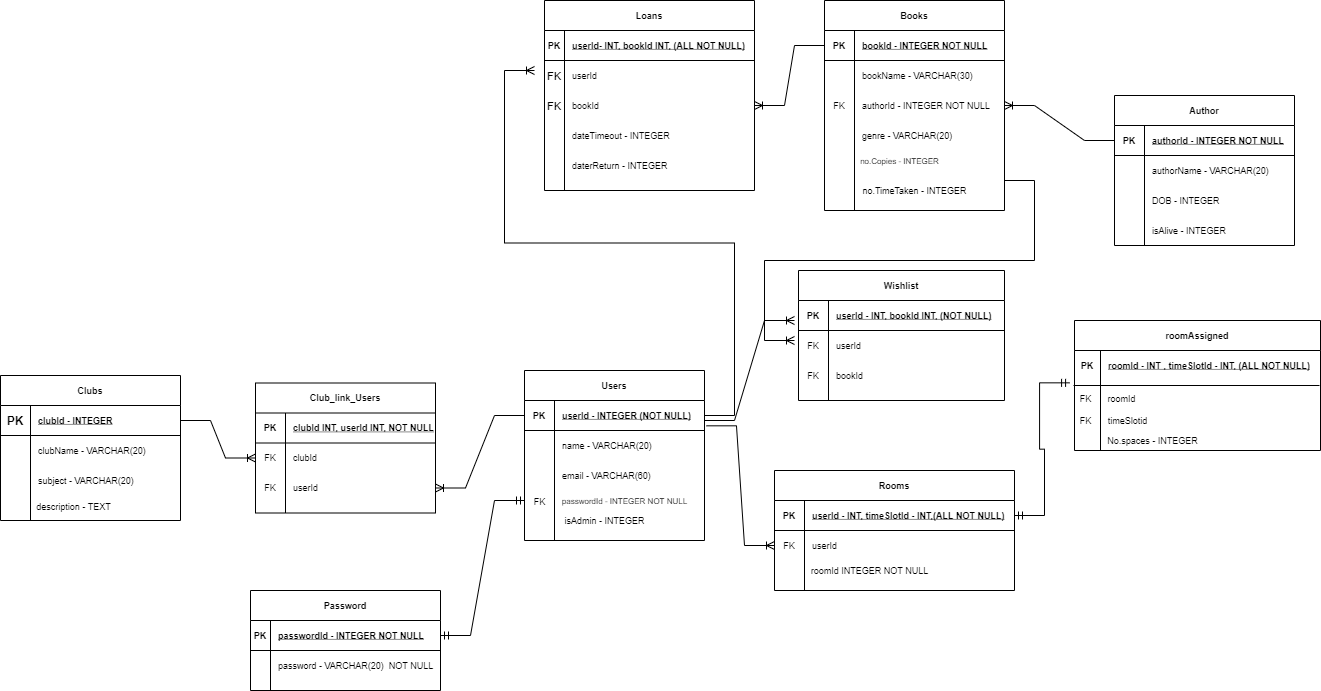
The draw.io diagram libary.png in aaron1brooker/databaseassignment, before a commit. Source tidied: cells renumbered, new cells last; positions are measured from the earlier drawing's top-left corner, leaving out a move shared by most shapes.
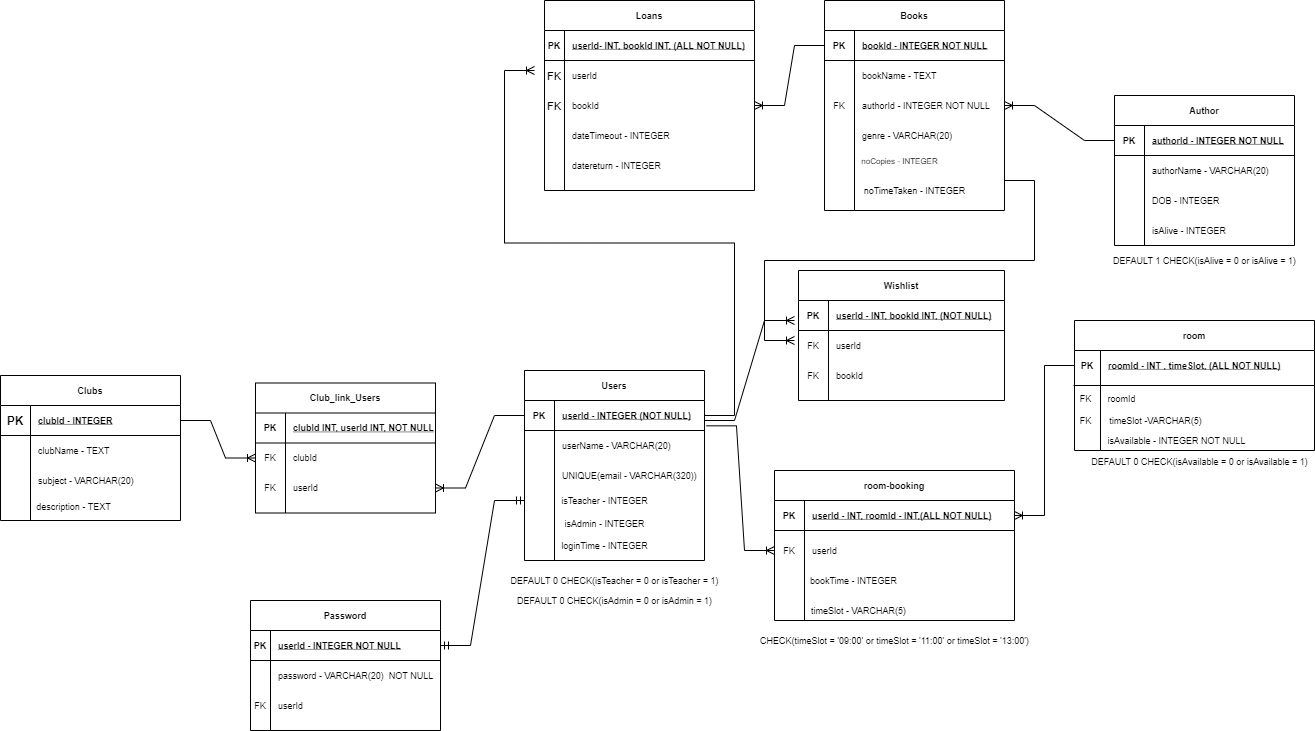
The same file after the commit.

What changed in the source:
```diff
@@ -3,7 +3,7 @@
     <mxCell id="0" />
     <mxCell id="1" parent="0" />
     <mxCell id="2" value="Users" style="shape=table;startSize=30;rowLines=0;fontStyle=1;align=center;fontSize=9;" parent="1" vertex="1">
-      <mxGeometry x="524" y="370" width="180" height="170" as="geometry" />
+      <mxGeometry x="524" y="370" width="180" height="190" as="geometry" />
     </mxCell>
     <mxCell id="3" style="shape=partialRectangle;fillColor=none;top=0;left=0;bottom=1;right=0;points=[[0,0.5],[1,0.5]];portConstraint=eastwest;fontSize=9;" parent="2" vertex="1">
       <mxGeometry y="30" width="180" height="30" as="geometry" />
@@ -20,7 +20,7 @@
     <mxCell id="7" style="shape=partialRectangle;fillColor=none;top=0;left=0;bottom=0;right=0;overflow=hidden;fontSize=9;" parent="6" vertex="1">
       <mxGeometry width="30" height="30" as="geometry" />
     </mxCell>
-    <mxCell id="8" value="name - VARCHAR(20)" style="shape=partialRectangle;fillColor=none;top=0;left=0;bottom=0;right=0;align=left;spacingLeft=6;overflow=hidden;fontSize=9;" parent="6" vertex="1">
+    <mxCell id="8" value="userName - VARCHAR(20)" style="shape=partialRectangle;fillColor=none;top=0;left=0;bottom=0;right=0;align=left;spacingLeft=6;overflow=hidden;fontSize=9;" parent="6" vertex="1">
       <mxGeometry x="30" width="150" height="30" as="geometry" />
     </mxCell>
     <mxCell id="9" style="shape=partialRectangle;fillColor=none;top=0;left=0;bottom=0;right=0;fontSize=9;" parent="2" vertex="1">
@@ -29,12 +29,9 @@
     <mxCell id="10" style="shape=partialRectangle;fillColor=none;top=0;left=0;bottom=0;right=0;overflow=hidden;fontSize=9;" parent="9" vertex="1">
       <mxGeometry width="30" height="30" as="geometry" />
     </mxCell>
-    <mxCell id="11" value="email - VARCHAR(60)" style="shape=partialRectangle;fillColor=none;top=0;left=0;bottom=0;right=0;align=left;spacingLeft=6;overflow=hidden;fontSize=9;" parent="9" vertex="1">
+    <mxCell id="11" value="UNIQUE(email - VARCHAR(320))" style="shape=partialRectangle;fillColor=none;top=0;left=0;bottom=0;right=0;align=left;spacingLeft=6;overflow=hidden;fontSize=9;" parent="9" vertex="1">
       <mxGeometry x="30" width="150" height="30" as="geometry" />
     </mxCell>
-    <mxCell id="12" value="&lt;font style=&quot;font-size: 8px&quot;&gt;passwordId - INTEGER NOT NULL&lt;/font&gt;" style="text;html=1;align=center;verticalAlign=middle;strokeColor=none;fillColor=none;fontSize=9;" parent="1" vertex="1">
-      <mxGeometry x="554" y="490" width="140" height="20" as="geometry" />
-    </mxCell>
     <mxCell id="13" value="Books" style="shape=table;startSize=30;rowLines=0;fontStyle=1;align=center;fontSize=9;" parent="1" vertex="1">
       <mxGeometry x="824" width="180" height="210" as="geometry" />
     </mxCell>
@@ -53,7 +50,7 @@
     <mxCell id="18" style="shape=partialRectangle;fillColor=none;top=0;left=0;bottom=0;right=0;overflow=hidden;fontSize=9;" parent="17" vertex="1">
       <mxGeometry width="30" height="30" as="geometry" />
     </mxCell>
-    <mxCell id="19" value="bookName - VARCHAR(30)" style="shape=partialRectangle;fillColor=none;top=0;left=0;bottom=0;right=0;align=left;spacingLeft=6;overflow=hidden;fontSize=9;" parent="17" vertex="1">
+    <mxCell id="19" value="bookName - TEXT" style="shape=partialRectangle;fillColor=none;top=0;left=0;bottom=0;right=0;align=left;spacingLeft=6;overflow=hidden;fontSize=9;" parent="17" vertex="1">
       <mxGeometry x="30" width="150" height="30" as="geometry" />
     </mxCell>
     <mxCell id="20" style="shape=partialRectangle;fillColor=none;top=0;left=0;bottom=0;right=0;points=[[0,0.5],[1,0.5]];portConstraint=eastwest;fontSize=9;" parent="13" vertex="1">
@@ -74,10 +71,10 @@
     <mxCell id="25" value="genre - VARCHAR(20)" style="shape=partialRectangle;fillColor=none;top=0;left=0;bottom=0;right=0;align=left;spacingLeft=6;overflow=hidden;fontSize=9;" parent="23" vertex="1">
       <mxGeometry x="30" width="150" height="30" as="geometry" />
     </mxCell>
-    <mxCell id="26" value="&lt;span style=&quot;font-size: 8px&quot;&gt;no.Copies - INTEGER&lt;/span&gt;" style="text;html=1;align=center;verticalAlign=middle;strokeColor=none;fillColor=none;fontSize=9;" parent="1" vertex="1">
+    <mxCell id="26" value="&lt;span style=&quot;font-size: 8px&quot;&gt;noCopies - INTEGER&lt;/span&gt;" style="text;html=1;align=center;verticalAlign=middle;strokeColor=none;fillColor=none;fontSize=9;" parent="1" vertex="1">
       <mxGeometry x="854" y="150" width="90" height="20" as="geometry" />
     </mxCell>
-    <mxCell id="27" value="no.TimeTaken - INTEGER" style="text;html=1;align=center;verticalAlign=middle;strokeColor=none;fillColor=none;fontSize=9;" parent="1" vertex="1">
+    <mxCell id="27" value="noTimeTaken - INTEGER" style="text;html=1;align=center;verticalAlign=middle;strokeColor=none;fillColor=none;fontSize=9;" parent="1" vertex="1">
       <mxGeometry x="854" y="180" width="120" height="20" as="geometry" />
     </mxCell>
     <mxCell id="28" style="edgeStyle=entityRelationEdgeStyle;fontSize=12;html=1;endArrow=ERoneToMany;rounded=0;exitX=1;exitY=0.5;exitDx=0;exitDy=0;" parent="1" edge="1" source="3">
@@ -86,7 +83,7 @@
       </mxGeometry>
     </mxCell>
     <mxCell id="29" value="&lt;font style=&quot;font-size: 9px&quot;&gt;isAdmin - INTEGER&lt;/font&gt;" style="text;html=1;align=center;verticalAlign=middle;strokeColor=none;fillColor=none;fontSize=8;" parent="1" vertex="1">
-      <mxGeometry x="554" y="510" width="100" height="20" as="geometry" />
+      <mxGeometry x="554" y="512.5" width="100" height="20" as="geometry" />
     </mxCell>
     <mxCell id="30" value="Author" style="shape=table;startSize=30;rowLines=0;fontStyle=1;align=center;fontSize=9;" parent="1" vertex="1">
       <mxGeometry x="1114" y="95" width="180" height="150" as="geometry" />
@@ -124,26 +121,26 @@
     <mxCell id="41" style="edgeStyle=entityRelationEdgeStyle;fontSize=12;html=1;endArrow=ERoneToMany;rounded=0;exitX=0;exitY=0.5;exitDx=0;exitDy=0;entryX=1;entryY=0.5;entryDx=0;entryDy=0;" parent="1" edge="1" source="31" target="20">
       <mxGeometry relative="1" as="geometry" />
     </mxCell>
-    <mxCell id="42" value="roomAssigned" style="shape=table;startSize=30;rowLines=0;fontStyle=1;align=center;fontSize=9;" parent="1" vertex="1">
-      <mxGeometry x="1074" y="320" width="246" height="130" as="geometry" />
+    <mxCell id="42" value="room" style="shape=table;startSize=30;rowLines=0;fontStyle=1;align=center;fontSize=9;" parent="1" vertex="1">
+      <mxGeometry x="1074" y="320" width="240" height="130" as="geometry" />
     </mxCell>
     <mxCell id="43" style="shape=partialRectangle;fillColor=none;top=0;left=0;bottom=0;right=0;points=[[0,0.5],[1,0.5]];portConstraint=eastwest;fontSize=9;" parent="42" vertex="1">
-      <mxGeometry y="30" width="246" height="30" as="geometry" />
+      <mxGeometry y="30" width="240" height="30" as="geometry" />
     </mxCell>
     <mxCell id="44" value="PK" style="shape=partialRectangle;fillColor=none;top=0;left=0;bottom=0;right=0;fontStyle=1;overflow=hidden;fontSize=9;" parent="43" vertex="1">
       <mxGeometry width="26" height="30" as="geometry" />
     </mxCell>
-    <mxCell id="45" value="roomId - INT , timeSlotId - INT, (ALL NOT NULL)" style="shape=partialRectangle;fillColor=none;top=0;left=0;bottom=0;right=0;align=left;spacingLeft=6;fontStyle=5;overflow=hidden;fontSize=9;" parent="43" vertex="1">
-      <mxGeometry x="26" width="220" height="30" as="geometry" />
+    <mxCell id="45" value="roomId - INT , timeSlot, (ALL NOT NULL)" style="shape=partialRectangle;fillColor=none;top=0;left=0;bottom=0;right=0;align=left;spacingLeft=6;fontStyle=5;overflow=hidden;fontSize=9;" parent="43" vertex="1">
+      <mxGeometry x="26" width="214" height="30" as="geometry" />
     </mxCell>
     <mxCell id="46" style="line;strokeWidth=1;dashed=0;labelPosition=right;align=left;verticalAlign=middle;spacingTop=0;spacingLeft=6;fontSize=9;" parent="1" vertex="1">
-      <mxGeometry x="1073" y="380" width="246" height="10" as="geometry" />
+      <mxGeometry x="1073" y="380" width="241" height="10" as="geometry" />
     </mxCell>
-    <mxCell id="47" value="timeSlotid" style="text;html=1;align=center;verticalAlign=middle;strokeColor=none;fillColor=none;fontSize=9;" parent="1" vertex="1">
-      <mxGeometry x="1097" y="410" width="60" height="20" as="geometry" />
+    <mxCell id="47" value="isAvailable - INTEGER NOT NULL" style="text;html=1;align=center;verticalAlign=middle;strokeColor=none;fillColor=none;fontSize=9;" parent="1" vertex="1">
+      <mxGeometry x="1101" y="430" width="150" height="20" as="geometry" />
     </mxCell>
-    <mxCell id="48" value="Rooms" style="shape=table;startSize=30;rowLines=0;fontStyle=1;align=center;fontSize=9;" parent="1" vertex="1">
-      <mxGeometry x="774" y="470" width="240" height="120" as="geometry" />
+    <mxCell id="48" value="room-booking" style="shape=table;startSize=30;rowLines=0;fontStyle=1;align=center;fontSize=9;" parent="1" vertex="1">
+      <mxGeometry x="774" y="470" width="240" height="150" as="geometry" />
     </mxCell>
     <mxCell id="49" style="shape=partialRectangle;fillColor=none;top=0;left=0;bottom=1;right=0;points=[[0,0.5],[1,0.5]];portConstraint=eastwest;fontSize=9;" parent="48" vertex="1">
       <mxGeometry y="30" width="240" height="30" as="geometry" />
@@ -151,17 +148,17 @@
     <mxCell id="50" value="PK" style="shape=partialRectangle;fillColor=none;top=0;left=0;bottom=0;right=0;fontStyle=1;overflow=hidden;fontSize=9;" parent="49" vertex="1">
       <mxGeometry width="30" height="30" as="geometry" />
     </mxCell>
-    <mxCell id="51" value="userId - INT, timeSlotId - INT,(ALL NOT NULL)" style="shape=partialRectangle;fillColor=none;top=0;left=0;bottom=0;right=0;align=left;spacingLeft=6;fontStyle=5;overflow=hidden;fontSize=9;" parent="49" vertex="1">
+    <mxCell id="51" value="userId - INT, roomId - INT,(ALL NOT NULL)" style="shape=partialRectangle;fillColor=none;top=0;left=0;bottom=0;right=0;align=left;spacingLeft=6;fontStyle=5;overflow=hidden;fontSize=9;" parent="49" vertex="1">
       <mxGeometry x="30" width="210" height="30" as="geometry" />
     </mxCell>
     <mxCell id="52" style="shape=partialRectangle;fillColor=none;top=0;left=0;bottom=0;right=0;points=[[0,0.5],[1,0.5]];portConstraint=eastwest;fontSize=9;" parent="48" vertex="1">
-      <mxGeometry y="60" width="240" height="30" as="geometry" />
+      <mxGeometry y="60" width="240" height="40" as="geometry" />
     </mxCell>
     <mxCell id="53" value="FK" style="shape=partialRectangle;fillColor=none;top=0;left=0;bottom=0;right=0;overflow=hidden;fontSize=9;" parent="52" vertex="1">
-      <mxGeometry width="30" height="30" as="geometry" />
+      <mxGeometry width="30" height="40" as="geometry" />
     </mxCell>
     <mxCell id="54" value="userId " style="shape=partialRectangle;fillColor=none;top=0;left=0;bottom=0;right=0;align=left;spacingLeft=6;overflow=hidden;fontSize=9;" parent="52" vertex="1">
-      <mxGeometry x="30" width="210" height="30" as="geometry" />
+      <mxGeometry x="30" width="210" height="40" as="geometry" />
     </mxCell>
     <mxCell id="55" value="roomId" style="text;html=1;align=center;verticalAlign=middle;strokeColor=none;fillColor=none;fontSize=9;" parent="1" vertex="1">
       <mxGeometry x="1101" y="388" width="40" height="20" as="geometry" />
@@ -172,18 +169,6 @@
     <mxCell id="57" style="edgeStyle=entityRelationEdgeStyle;fontSize=12;html=1;endArrow=ERoneToMany;rounded=0;exitX=1.011;exitY=0.844;exitDx=0;exitDy=0;exitPerimeter=0;" parent="1" edge="1" source="3" target="52">
       <mxGeometry relative="1" as="geometry" />
     </mxCell>
-    <mxCell id="58" value="FK" style="text;html=1;align=center;verticalAlign=middle;strokeColor=none;fillColor=none;fontSize=9;" parent="1" vertex="1">
-      <mxGeometry x="1070" y="410" width="30" height="20" as="geometry" />
-    </mxCell>
-    <mxCell id="59" value="No.spaces - INTEGER" style="text;html=1;align=center;verticalAlign=middle;strokeColor=none;fillColor=none;fontSize=9;" parent="1" vertex="1">
-      <mxGeometry x="1097" y="430" width="110" height="20" as="geometry" />
-    </mxCell>
-    <mxCell id="60" value="roomId INTEGER NOT NULL" style="text;html=1;align=center;verticalAlign=middle;strokeColor=none;fillColor=none;fontSize=9;" parent="1" vertex="1">
-      <mxGeometry x="804" y="560" width="130" height="20" as="geometry" />
-    </mxCell>
-    <mxCell id="61" style="edgeStyle=entityRelationEdgeStyle;fontSize=12;html=1;endArrow=ERmandOne;startArrow=ERmandOne;rounded=0;entryX=-0.02;entryY=1.078;entryDx=0;entryDy=0;entryPerimeter=0;exitX=1;exitY=0.5;exitDx=0;exitDy=0;" parent="1" edge="1" source="49" target="43">
-      <mxGeometry relative="1" as="geometry" />
-    </mxCell>
     <mxCell id="62" value="Club_link_Users" style="shape=table;startSize=30;rowLines=0;fontStyle=1;align=center;fontSize=9;" parent="1" vertex="1">
       <mxGeometry x="255" y="382.5" width="180" height="130" as="geometry" />
     </mxCell>
@@ -232,7 +217,7 @@
     <mxCell id="77" style="shape=partialRectangle;fillColor=none;top=0;left=0;bottom=0;right=0;overflow=hidden;" parent="76" vertex="1">
       <mxGeometry width="30" height="30" as="geometry" />
     </mxCell>
-    <mxCell id="78" value="clubName - VARCHAR(20)" style="shape=partialRectangle;fillColor=none;top=0;left=0;bottom=0;right=0;align=left;spacingLeft=6;overflow=hidden;fontSize=9;" parent="76" vertex="1">
+    <mxCell id="78" value="clubName - TEXT" style="shape=partialRectangle;fillColor=none;top=0;left=0;bottom=0;right=0;align=left;spacingLeft=6;overflow=hidden;fontSize=9;" parent="76" vertex="1">
       <mxGeometry x="30" width="150" height="30" as="geometry" />
     </mxCell>
     <mxCell id="79" style="shape=partialRectangle;fillColor=none;top=0;left=0;bottom=0;right=0;" parent="72" vertex="1">
@@ -296,7 +281,7 @@
       </mxGeometry>
     </mxCell>
     <mxCell id="97" value="Password" style="shape=table;startSize=30;rowLines=0;fontStyle=1;align=center;fontSize=9;" parent="1" vertex="1">
-      <mxGeometry x="250" y="590" width="190" height="100" as="geometry" />
+      <mxGeometry x="250" y="600" width="190" height="130" as="geometry" />
     </mxCell>
     <mxCell id="98" style="shape=partialRectangle;fillColor=none;top=0;left=0;bottom=1;right=0;points=[[0,0.5],[1,0.5]];portConstraint=eastwest;" parent="97" vertex="1">
       <mxGeometry y="30" width="190" height="30" as="geometry" />
@@ -304,7 +289,7 @@
     <mxCell id="99" value="PK" style="shape=partialRectangle;fillColor=none;top=0;left=0;bottom=0;right=0;fontStyle=1;overflow=hidden;fontSize=9;" parent="98" vertex="1">
       <mxGeometry width="20" height="30" as="geometry" />
     </mxCell>
-    <mxCell id="100" value="passwordId - INTEGER NOT NULL" style="shape=partialRectangle;fillColor=none;top=0;left=0;bottom=0;right=0;align=left;spacingLeft=6;fontStyle=5;overflow=hidden;fontSize=9;" parent="98" vertex="1">
+    <mxCell id="100" value="userId - INTEGER NOT NULL" style="shape=partialRectangle;fillColor=none;top=0;left=0;bottom=0;right=0;align=left;spacingLeft=6;fontStyle=5;overflow=hidden;fontSize=9;" parent="98" vertex="1">
       <mxGeometry x="20" width="170" height="30" as="geometry" />
     </mxCell>
     <mxCell id="101" style="shape=partialRectangle;fillColor=none;top=0;left=0;bottom=0;right=0;" parent="97" vertex="1">
@@ -316,11 +301,19 @@
     <mxCell id="103" value="password - VARCHAR(20)  NOT NULL" style="shape=partialRectangle;fillColor=none;top=0;left=0;bottom=0;right=0;align=left;spacingLeft=6;overflow=hidden;fontSize=9;" parent="101" vertex="1">
       <mxGeometry x="20" width="170" height="30" as="geometry" />
     </mxCell>
+    <mxCell id="123" style="shape=partialRectangle;fillColor=none;top=0;left=0;bottom=0;right=0;" parent="97" vertex="1">
+      <mxGeometry y="90" width="190" height="30" as="geometry" />
+    </mxCell>
-    <mxCell id="104" value="&lt;font style=&quot;font-size: 9px&quot;&gt;FK&lt;/font&gt;" style="text;html=1;align=center;verticalAlign=middle;points=[];strokeColor=none;fillColor=none;" parent="1" vertex="1">
-      <mxGeometry x="524" y="490" width="30" height="20" as="geometry" />
+    <mxCell id="104" value="FK" style="shape=partialRectangle;fillColor=none;top=0;left=0;bottom=0;right=0;overflow=hidden;fontSize=9;" parent="123" vertex="1">
+      <mxGeometry width="20" height="30" as="geometry" />
     </mxCell>
+    <mxCell id="124" value="userId" style="shape=partialRectangle;fillColor=none;top=0;left=0;bottom=0;right=0;align=left;spacingLeft=6;overflow=hidden;fontSize=9;" parent="123" vertex="1">
+      <mxGeometry x="20" width="170" height="30" as="geometry" />
+    </mxCell>
-    <mxCell id="105" style="edgeStyle=entityRelationEdgeStyle;fontSize=12;html=1;endArrow=ERmandOne;startArrow=ERmandOne;rounded=0;" parent="1" edge="1" source="98" target="104">
-      <mxGeometry relative="1" as="geometry" />
+    <mxCell id="105" style="edgeStyle=entityRelationEdgeStyle;fontSize=12;html=1;endArrow=ERmandOne;startArrow=ERmandOne;rounded=0;" parent="1" edge="1" source="98">
+      <mxGeometry relative="1" as="geometry">
+        <mxPoint x="524" y="500" as="targetPoint" />
+      </mxGeometry>
     </mxCell>
     <mxCell id="106" value="Loans" style="shape=table;startSize=30;rowLines=0;fontStyle=1;align=center;fontSize=9;" parent="1" vertex="1">
       <mxGeometry x="544" width="210" height="190" as="geometry" />
@@ -367,11 +360,47 @@
     <mxCell id="120" style="shape=partialRectangle;fillColor=none;top=0;left=0;bottom=0;right=0;overflow=hidden;fontSize=11;" parent="119" vertex="1">
       <mxGeometry width="20" height="30" as="geometry" />
     </mxCell>
-    <mxCell id="121" value="daterReturn - INTEGER" style="shape=partialRectangle;fillColor=none;top=0;left=0;bottom=0;right=0;align=left;spacingLeft=6;overflow=hidden;fontSize=9;" parent="119" vertex="1">
+    <mxCell id="121" value="datereturn - INTEGER" style="shape=partialRectangle;fillColor=none;top=0;left=0;bottom=0;right=0;align=left;spacingLeft=6;overflow=hidden;fontSize=9;" parent="119" vertex="1">
       <mxGeometry x="20" width="190" height="30" as="geometry" />
     </mxCell>
     <mxCell id="122" style="edgeStyle=entityRelationEdgeStyle;fontSize=12;html=1;endArrow=ERoneToMany;rounded=0;entryX=1;entryY=0.5;entryDx=0;entryDy=0;exitX=0;exitY=0.5;exitDx=0;exitDy=0;" parent="1" edge="1" source="14" target="113">
       <mxGeometry relative="1" as="geometry" />
     </mxCell>
+    <mxCell id="125" value="&lt;font style=&quot;font-size: 9px&quot;&gt;DEFAULT 0 CHECK(isAvailable = 0 or isAvailable = 1)&lt;/font&gt;" style="text;html=1;align=center;verticalAlign=middle;strokeColor=none;fillColor=none;" parent="1" vertex="1">
+      <mxGeometry x="1084" y="450" width="230" height="20" as="geometry" />
+    </mxCell>
+    <mxCell id="126" style="edgeStyle=entityRelationEdgeStyle;fontSize=12;html=1;endArrow=ERoneToMany;rounded=0;entryX=1;entryY=0.5;entryDx=0;entryDy=0;exitX=0;exitY=0.5;exitDx=0;exitDy=0;" parent="1" edge="1" source="43" target="49">
+      <mxGeometry relative="1" as="geometry" />
+    </mxCell>
+    <mxCell id="127" value="bookTime - INTEGER" style="text;html=1;align=center;verticalAlign=middle;strokeColor=none;fillColor=none;fontSize=9;" parent="1" vertex="1">
+      <mxGeometry x="803" y="570" width="100" height="20" as="geometry" />
+    </mxCell>
+    <mxCell id="128" value="timeSlot - VARCHAR(5)" style="text;html=1;align=center;verticalAlign=middle;strokeColor=none;fillColor=none;fontSize=9;" parent="1" vertex="1">
+      <mxGeometry x="803" y="600" width="110" height="20" as="geometry" />
+    </mxCell>
+    <mxCell id="129" value="CHECK(timeSlot = '09:00' or timeSlot = '11:00' or timeSlot = '13:00')" style="text;html=1;align=center;verticalAlign=middle;strokeColor=none;fillColor=none;fontSize=9;" parent="1" vertex="1">
+      <mxGeometry x="754" y="630" width="280" height="20" as="geometry" />
+    </mxCell>
+    <mxCell id="130" value="DEFAULT 0 CHECK(isAdmin = 0 or isAdmin = 1)" style="text;html=1;align=center;verticalAlign=middle;strokeColor=none;fillColor=none;fontSize=9;" parent="1" vertex="1">
+      <mxGeometry x="509" y="590" width="210" height="20" as="geometry" />
+    </mxCell>
+    <mxCell id="131" value="isTeacher&amp;nbsp;- INTEGER" style="text;html=1;align=center;verticalAlign=middle;strokeColor=none;fillColor=none;fontSize=9;" parent="1" vertex="1">
+      <mxGeometry x="554" y="490" width="100" height="20" as="geometry" />
+    </mxCell>
+    <mxCell id="132" value="DEFAULT 0 CHECK(isTeacher = 0 or isTeacher = 1)" style="text;html=1;align=center;verticalAlign=middle;strokeColor=none;fillColor=none;fontSize=9;" parent="1" vertex="1">
+      <mxGeometry x="504" y="570" width="220" height="20" as="geometry" />
+    </mxCell>
+    <mxCell id="133" value="loginTime - INTEGER" style="text;html=1;align=center;verticalAlign=middle;strokeColor=none;fillColor=none;fontSize=9;" parent="1" vertex="1">
+      <mxGeometry x="554" y="535" width="100" height="20" as="geometry" />
+    </mxCell>
+    <mxCell id="134" value="DEFAULT 1 CHECK(isAlive = 0 or isAlive = 1)" style="text;html=1;align=center;verticalAlign=middle;strokeColor=none;fillColor=none;fontSize=9;" parent="1" vertex="1">
+      <mxGeometry x="1104" y="250" width="200" height="20" as="geometry" />
+    </mxCell>
+    <mxCell id="135" value="timeSlot -VARCHAR(5)" style="text;html=1;align=center;verticalAlign=middle;strokeColor=none;fillColor=none;fontSize=9;" parent="1" vertex="1">
+      <mxGeometry x="1100" y="410" width="110" height="20" as="geometry" />
+    </mxCell>
+    <mxCell id="58" value="FK" style="text;html=1;align=center;verticalAlign=middle;strokeColor=none;fillColor=none;fontSize=9;" parent="1" vertex="1">
+      <mxGeometry x="1070" y="410" width="30" height="20" as="geometry" />
+    </mxCell>
   </root>
 </mxGraphModel>
```
